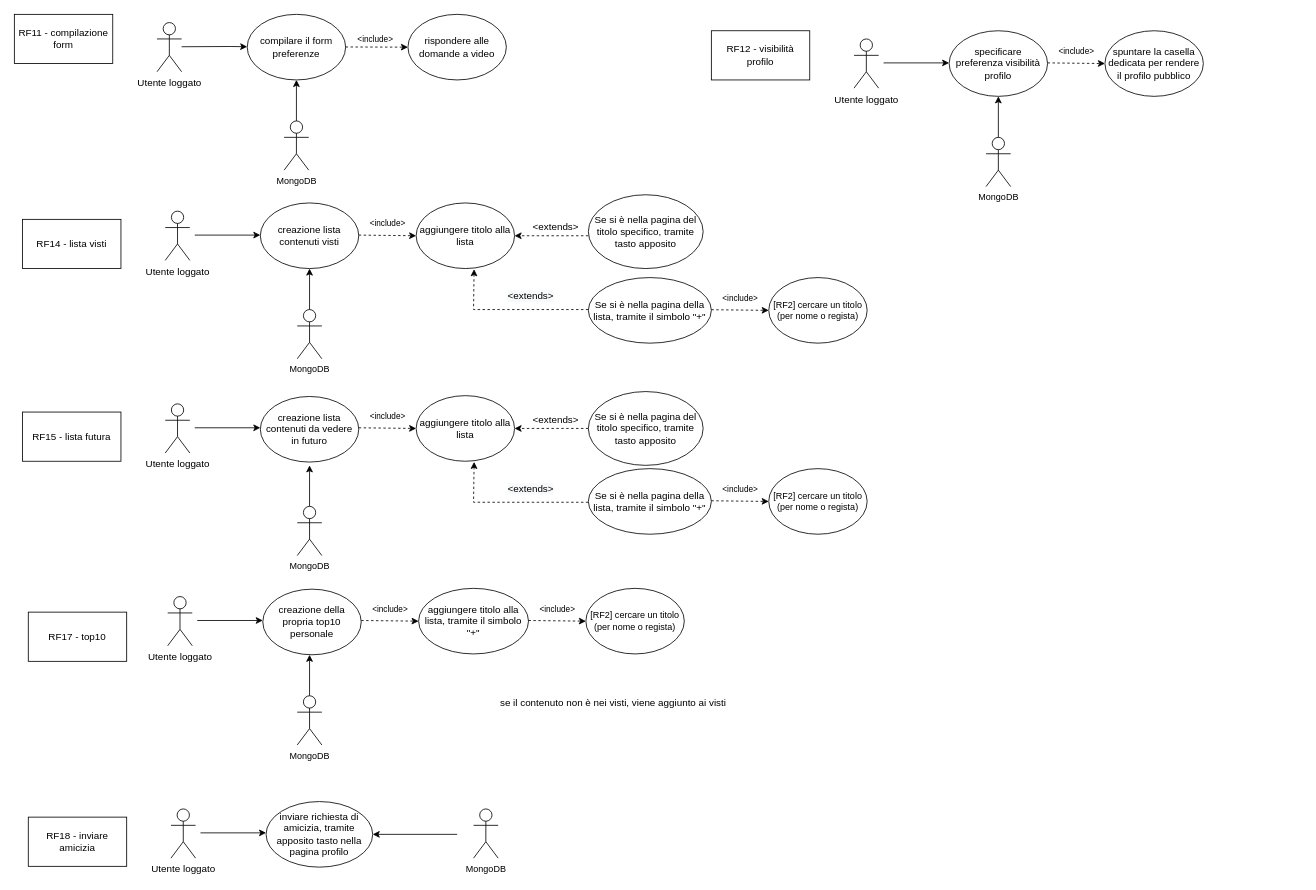
Earlier version of the draw.io diagram UserCaseA.drawio (Organizzazione-IngSoftware/BancoLavoroD2). Source tidied: cells renumbered, new cells numbered last; positions are measured from the earlier drawing's top-left corner, leaving out a move shared by most shapes. Both pictures are drawn from the tidied source at 82%, with x=0, y=0 at pixel (14, 14).
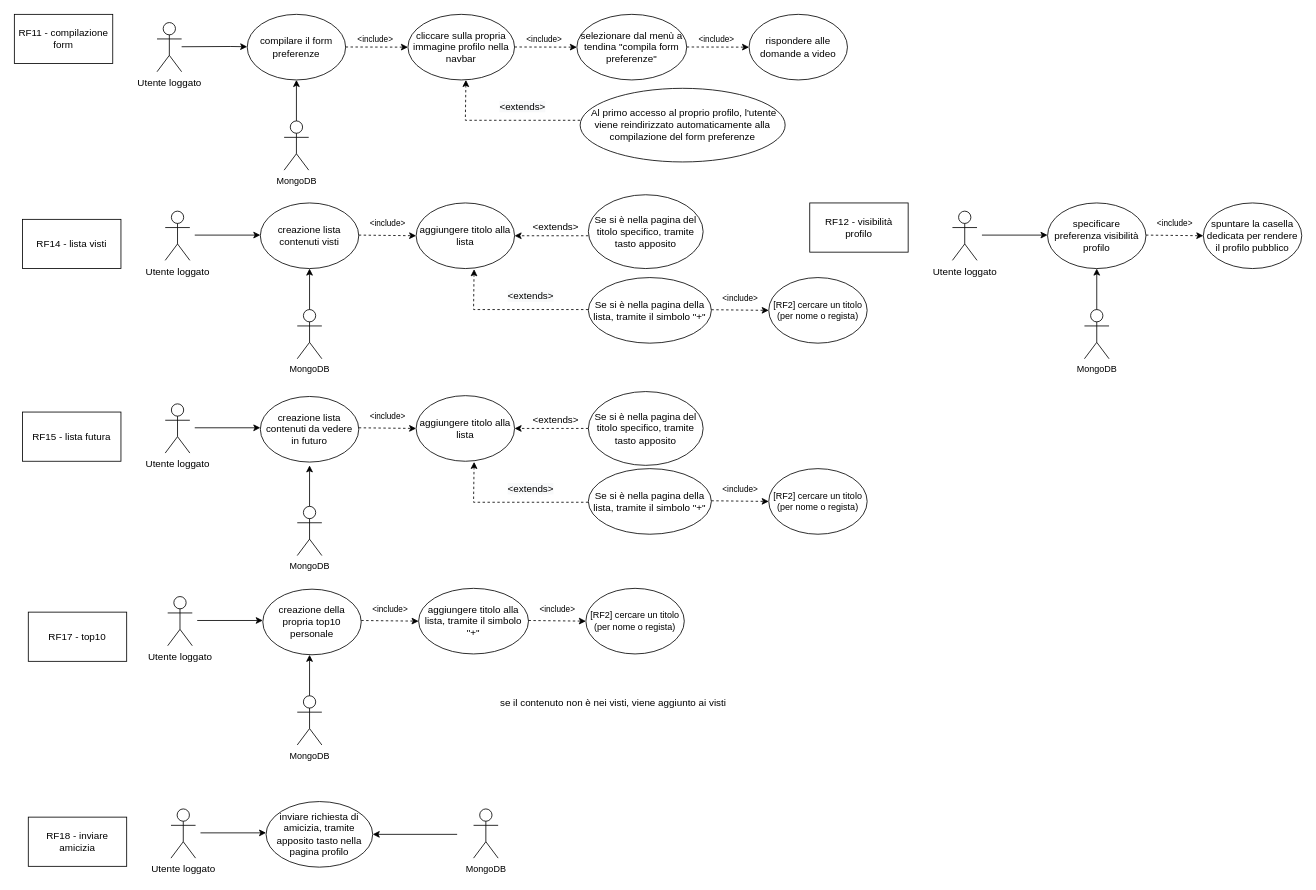
After the change.

Diff of the diagram source:
```diff
@@
     <mxCell id="3" value="Utente loggato" style="shape=umlActor;verticalLabelPosition=bottom;verticalAlign=top;html=1;" parent="1" vertex="1">
-      <mxGeometry x="1024" y="30" width="30" height="60" as="geometry" />
+      <mxGeometry x="1144" y="240" width="30" height="60" as="geometry" />
     </mxCell>
@@
     <mxCell id="5" value="specificare preferenza visibilità profilo" style="ellipse;whiteSpace=wrap;html=1;" parent="1" vertex="1">
-      <mxGeometry x="1140" y="20" width="120" height="80" as="geometry" />
+      <mxGeometry x="1260" y="230" width="120" height="80" as="geometry" />
     </mxCell>
@@
     <mxCell id="7" value="RF12 - visibilità profilo" style="rounded=0;whiteSpace=wrap;html=1;" parent="1" vertex="1">
-      <mxGeometry x="850" y="20" width="120" height="60" as="geometry" />
+      <mxGeometry x="970" y="230" width="120" height="60" as="geometry" />
     </mxCell>
     <mxCell id="8" style="endArrow=classic;html=1;rounded=0;" parent="1" edge="1">
       <mxGeometry relative="1" as="geometry">
-        <mxPoint x="1060" y="59.2" as="sourcePoint" />
-        <mxPoint x="1140" y="59.2" as="targetPoint" />
+        <mxPoint x="1180" y="269.2" as="sourcePoint" />
+        <mxPoint x="1260" y="269.2" as="targetPoint" />
       </mxGeometry>
     </mxCell>
@@
     <mxCell id="12" value="&lt;font style=&quot;font-size: 12px;&quot;&gt;spuntare la casella dedicata per rendere il profilo pubblico&lt;/font&gt;" style="ellipse;whiteSpace=wrap;html=1;fontSize=10;" parent="1" vertex="1">
-      <mxGeometry x="1330" y="20" width="120" height="80" as="geometry" />
+      <mxGeometry x="1450" y="230" width="120" height="80" as="geometry" />
     </mxCell>
     <mxCell id="13" value="&lt;font style=&quot;font-size: 10px;&quot;&gt;&amp;lt;include&amp;gt;&lt;/font&gt;" style="text;html=1;align=center;verticalAlign=middle;points=[];strokeColor=none;fillColor=none;" parent="1" vertex="1">
-      <mxGeometry x="1260" y="30" width="70" height="30" as="geometry" />
+      <mxGeometry x="1380" y="240" width="70" height="30" as="geometry" />
     </mxCell>
     <mxCell id="14" style="endArrow=classic;html=1;rounded=0;dashed=1;fontSize=10;entryX=1;entryY=1;entryDx=0;entryDy=0;entryPerimeter=0;" parent="1" edge="1" target="13">
       <mxGeometry relative="1" as="geometry">
-        <mxPoint x="1260" y="59.2" as="sourcePoint" />
+        <mxPoint x="1380" y="269.2" as="sourcePoint" />
       </mxGeometry>
     </mxCell>
-    <mxCell id="15" value="&lt;font style=&quot;font-size: 12px;&quot;&gt;rispondere alle domande a video&lt;/font&gt;" style="ellipse;whiteSpace=wrap;html=1;fontSize=10;" parent="1" vertex="1">
-      <mxGeometry x="480" width="120" height="80" as="geometry" />
+    <mxCell id="15" value="&lt;span style=&quot;font-size: 12px;&quot;&gt;cliccare sulla propria immagine profilo nella navbar&lt;/span&gt;" style="ellipse;whiteSpace=wrap;html=1;fontSize=10;" parent="1" vertex="1">
+      <mxGeometry x="480" width="130" height="80" as="geometry" />
     </mxCell>
@@
     <mxCell id="64" value="MongoDB" style="shape=umlActor;verticalLabelPosition=bottom;verticalAlign=top;html=1;outlineConnect=0;fontSize=11;" parent="1" vertex="1">
-      <mxGeometry x="1185" y="150" width="30" height="60" as="geometry" />
+      <mxGeometry x="1305" y="360" width="30" height="60" as="geometry" />
     </mxCell>
     <mxCell id="65" style="endArrow=classic;html=1;rounded=0;fontSize=11;entryX=0.5;entryY=1;entryDx=0;entryDy=0;exitX=0.5;exitY=0;exitDx=0;exitDy=0;exitPerimeter=0;" parent="1" edge="1" source="64">
       <mxGeometry relative="1" as="geometry">
-        <mxPoint x="1200" y="100" as="targetPoint" />
+        <mxPoint x="1320" y="310" as="targetPoint" />
       </mxGeometry>
     </mxCell>
@@
+    <mxCell id="75" style="endArrow=classic;html=1;rounded=0;dashed=1;" parent="1" edge="1">
+      <mxGeometry relative="1" as="geometry">
+        <mxPoint x="610" y="39.8" as="sourcePoint" />
+        <mxPoint x="686" y="40" as="targetPoint" />
+      </mxGeometry>
+    </mxCell>
+    <mxCell id="76" value="&lt;font style=&quot;font-size: 10px;&quot;&gt;&amp;lt;include&amp;gt;&lt;/font&gt;" style="text;html=1;align=center;verticalAlign=middle;strokeColor=none;fillColor=none;" parent="1" vertex="1">
+      <mxGeometry x="611" y="15" width="70" height="30" as="geometry" />
+    </mxCell>
+    <mxCell id="77" value="&lt;span style=&quot;font-size: 12px;&quot;&gt;selezionare dal menù a tendina &quot;compila form preferenze&quot;&lt;/span&gt;" style="ellipse;whiteSpace=wrap;html=1;fontSize=10;" parent="1" vertex="1">
+      <mxGeometry x="686" width="134" height="80" as="geometry" />
+    </mxCell>
+    <mxCell id="78" style="endArrow=classic;html=1;rounded=0;dashed=1;" parent="1" edge="1">
+      <mxGeometry relative="1" as="geometry">
+        <mxPoint x="820" y="39.8" as="sourcePoint" />
+        <mxPoint x="896" y="40" as="targetPoint" />
+      </mxGeometry>
+    </mxCell>
+    <mxCell id="79" value="&lt;font style=&quot;font-size: 10px;&quot;&gt;&amp;lt;include&amp;gt;&lt;/font&gt;" style="text;html=1;align=center;verticalAlign=middle;strokeColor=none;fillColor=none;" parent="1" vertex="1">
+      <mxGeometry x="821" y="15" width="70" height="30" as="geometry" />
+    </mxCell>
+    <mxCell id="80" value="&lt;font style=&quot;font-size: 12px;&quot;&gt;rispondere alle domande a video&lt;/font&gt;" style="ellipse;whiteSpace=wrap;html=1;fontSize=10;" parent="1" vertex="1">
+      <mxGeometry x="896" width="120" height="80" as="geometry" />
+    </mxCell>
+    <mxCell id="81" style="endArrow=classic;html=1;rounded=0;dashed=1;fontSize=12;entryX=0.589;entryY=1.01;entryDx=0;entryDy=0;entryPerimeter=0;" parent="1" edge="1">
+      <mxGeometry relative="1" as="geometry">
+        <mxPoint x="690" y="129.2" as="sourcePoint" />
+        <mxPoint x="550.7" y="80" as="targetPoint" />
+        <Array as="points">
+          <mxPoint x="550" y="129.2" />
+        </Array>
+      </mxGeometry>
+    </mxCell>
+    <mxCell id="82" value="&amp;nbsp;Al primo accesso al proprio profilo, l'utente viene reindirizzato automaticamente alla compilazione del form preferenze" style="ellipse;whiteSpace=wrap;html=1;fontSize=12;" parent="1" vertex="1">
+      <mxGeometry x="690" y="90.2" width="250" height="89.8" as="geometry" />
+    </mxCell>
+    <mxCell id="83" value="&lt;span style=&quot;color: rgb(0, 0, 0); font-family: Helvetica; font-size: 12px; font-style: normal; font-variant-ligatures: normal; font-variant-caps: normal; font-weight: 400; letter-spacing: normal; orphans: 2; text-align: center; text-indent: 0px; text-transform: none; widows: 2; word-spacing: 0px; -webkit-text-stroke-width: 0px; background-color: rgb(248, 249, 250); text-decoration-thickness: initial; text-decoration-style: initial; text-decoration-color: initial; float: none; display: inline !important;&quot;&gt;&amp;lt;extends&amp;gt;&lt;/span&gt;" style="text;whiteSpace=wrap;html=1;fontSize=12;" parent="1" vertex="1">
+      <mxGeometry x="590" y="99.2" width="90" height="40" as="geometry" />
+    </mxCell>
```
